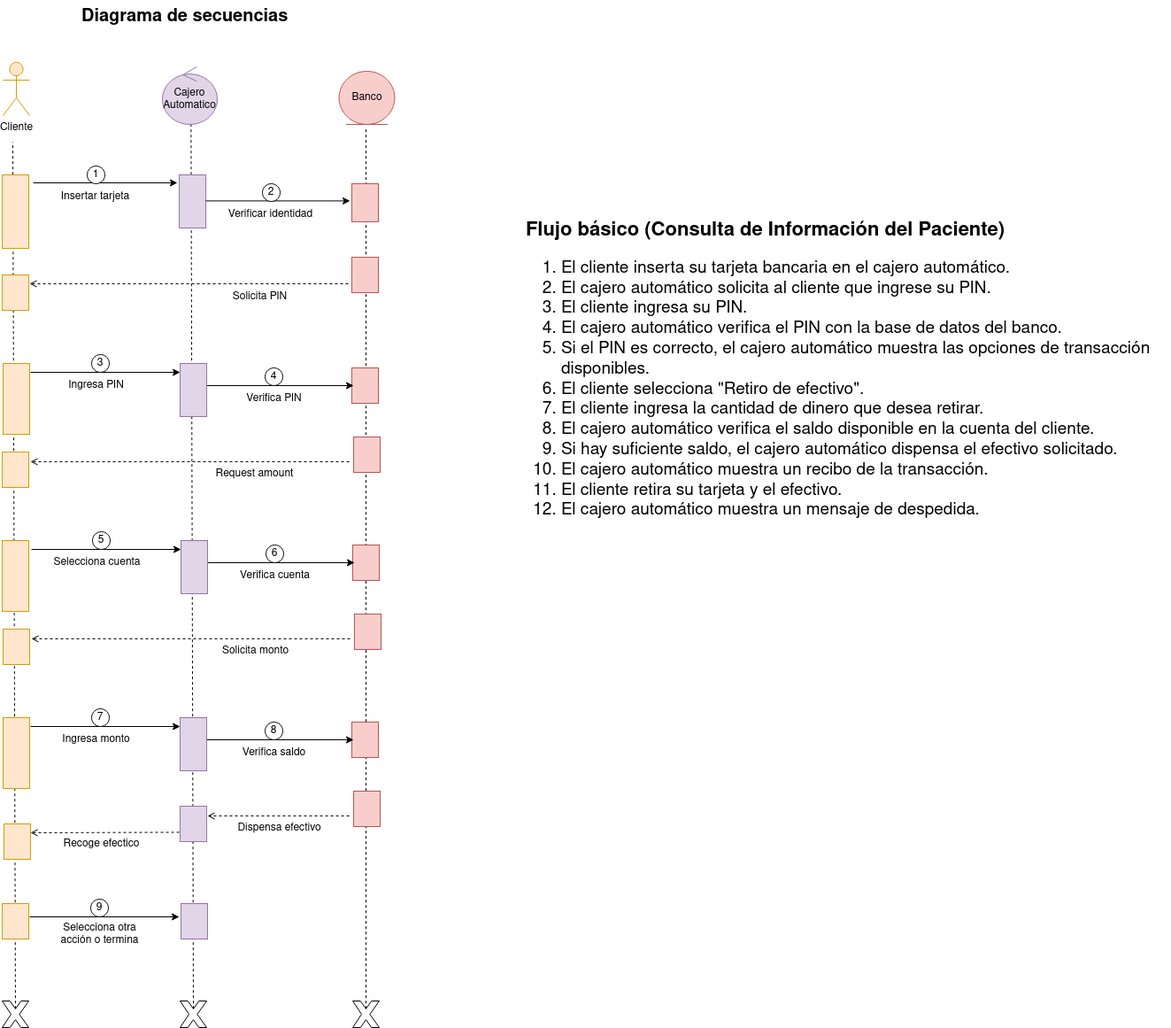
Above: diagramas/tarea6 (cajero automatico)/diagrama_de_secuencia_cajero_automatico.png in Chugani05/entorno_de_desarrollo (draw.io), before the change. Source tidied: cells renumbered, new cells last; positions are measured from the earlier drawing's top-left corner, leaving out a move shared by most shapes.
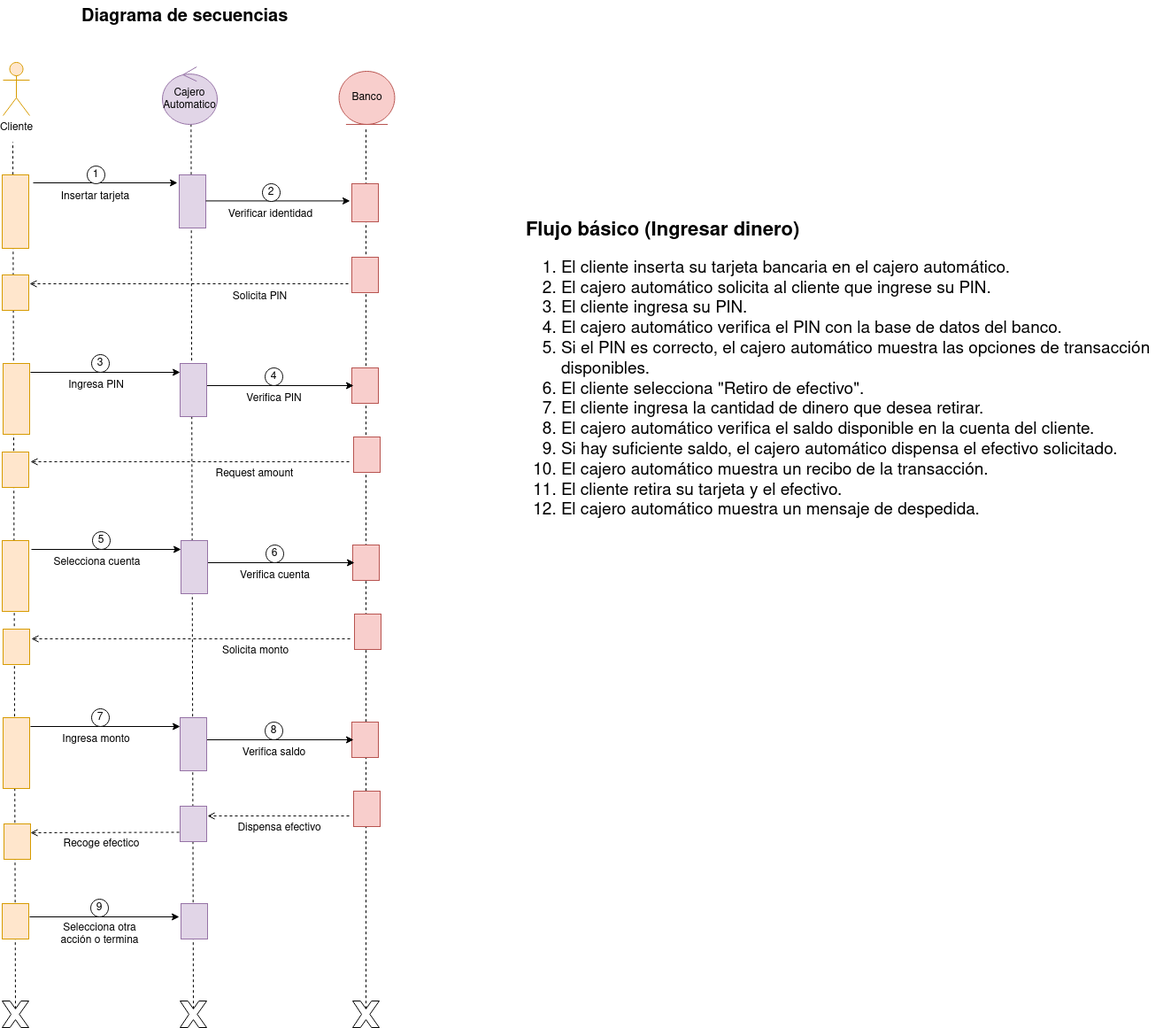
After the change.

What changed in the source:
```diff
@@ -108,7 +108,7 @@
         <mxPoint x="216" y="1030" as="targetPoint" />
       </mxGeometry>
     </mxCell>
-    <mxCell id="30" value="&lt;div style=&quot;font-size: 20px;&quot;&gt;&lt;font size=&quot;1&quot;&gt;&lt;b&gt;&lt;font style=&quot;font-size: 22px;&quot;&gt;Flujo básico (Consulta de Información del Paciente)&lt;/font&gt;&lt;/b&gt;&lt;/font&gt;&lt;/div&gt;&lt;div style=&quot;font-size: 19px;&quot;&gt;&lt;ol&gt;&lt;li&gt;El cliente inserta su tarjeta bancaria en el cajero automático.&lt;/li&gt;&lt;li&gt;El cajero automático solicita al cliente que ingrese su PIN.&lt;/li&gt;&lt;li&gt;El cliente ingresa su PIN.&lt;/li&gt;&lt;li&gt;El cajero automático verifica el PIN con la base de datos del banco.&lt;/li&gt;&lt;li&gt;Si el PIN es correcto, el cajero automático muestra las opciones de transacción disponibles.&lt;/li&gt;&lt;li&gt;El cliente selecciona &quot;Retiro de efectivo&quot;.&lt;/li&gt;&lt;li&gt;El cliente ingresa la cantidad de dinero que desea retirar.&lt;/li&gt;&lt;li&gt;El cajero automático verifica el saldo disponible en la cuenta del cliente.&lt;/li&gt;&lt;li&gt;Si hay suficiente saldo, el cajero automático dispensa el efectivo solicitado.&lt;/li&gt;&lt;li&gt;El cajero automático muestra un recibo de la transacción.&lt;/li&gt;&lt;li&gt;El cliente retira su tarjeta y el efectivo.&lt;/li&gt;&lt;li&gt;El cajero automático muestra un mensaje de despedida.&lt;br&gt;&lt;/li&gt;&lt;/ol&gt;&lt;/div&gt;" style="text;whiteSpace=wrap;html=1;" parent="1" vertex="1">
+    <mxCell id="30" value="&lt;div style=&quot;font-size: 20px;&quot;&gt;&lt;font size=&quot;1&quot;&gt;&lt;b&gt;&lt;font style=&quot;font-size: 22px;&quot;&gt;Flujo básico (Ingresar dinero)&lt;/font&gt;&lt;/b&gt;&lt;/font&gt;&lt;/div&gt;&lt;div style=&quot;font-size: 19px;&quot;&gt;&lt;ol&gt;&lt;li&gt;El cliente inserta su tarjeta bancaria en el cajero automático.&lt;/li&gt;&lt;li&gt;El cajero automático solicita al cliente que ingrese su PIN.&lt;/li&gt;&lt;li&gt;El cliente ingresa su PIN.&lt;/li&gt;&lt;li&gt;El cajero automático verifica el PIN con la base de datos del banco.&lt;/li&gt;&lt;li&gt;Si el PIN es correcto, el cajero automático muestra las opciones de transacción disponibles.&lt;/li&gt;&lt;li&gt;El cliente selecciona &quot;Retiro de efectivo&quot;.&lt;/li&gt;&lt;li&gt;El cliente ingresa la cantidad de dinero que desea retirar.&lt;/li&gt;&lt;li&gt;El cajero automático verifica el saldo disponible en la cuenta del cliente.&lt;/li&gt;&lt;li&gt;Si hay suficiente saldo, el cajero automático dispensa el efectivo solicitado.&lt;/li&gt;&lt;li&gt;El cajero automático muestra un recibo de la transacción.&lt;/li&gt;&lt;li&gt;El cliente retira su tarjeta y el efectivo.&lt;/li&gt;&lt;li&gt;El cajero automático muestra un mensaje de despedida.&lt;br&gt;&lt;/li&gt;&lt;/ol&gt;&lt;/div&gt;" style="text;whiteSpace=wrap;html=1;" parent="1" vertex="1">
       <mxGeometry x="590" y="240" width="730" height="293" as="geometry" />
     </mxCell>
     <mxCell id="31" value="&lt;div&gt;Cajero&lt;/div&gt;&lt;div&gt;Automatico&lt;br&gt;&lt;/div&gt;" style="ellipse;shape=umlControl;whiteSpace=wrap;html=1;fillColor=#e1d5e7;strokeColor=#9673a6;" parent="1" vertex="1">
```
